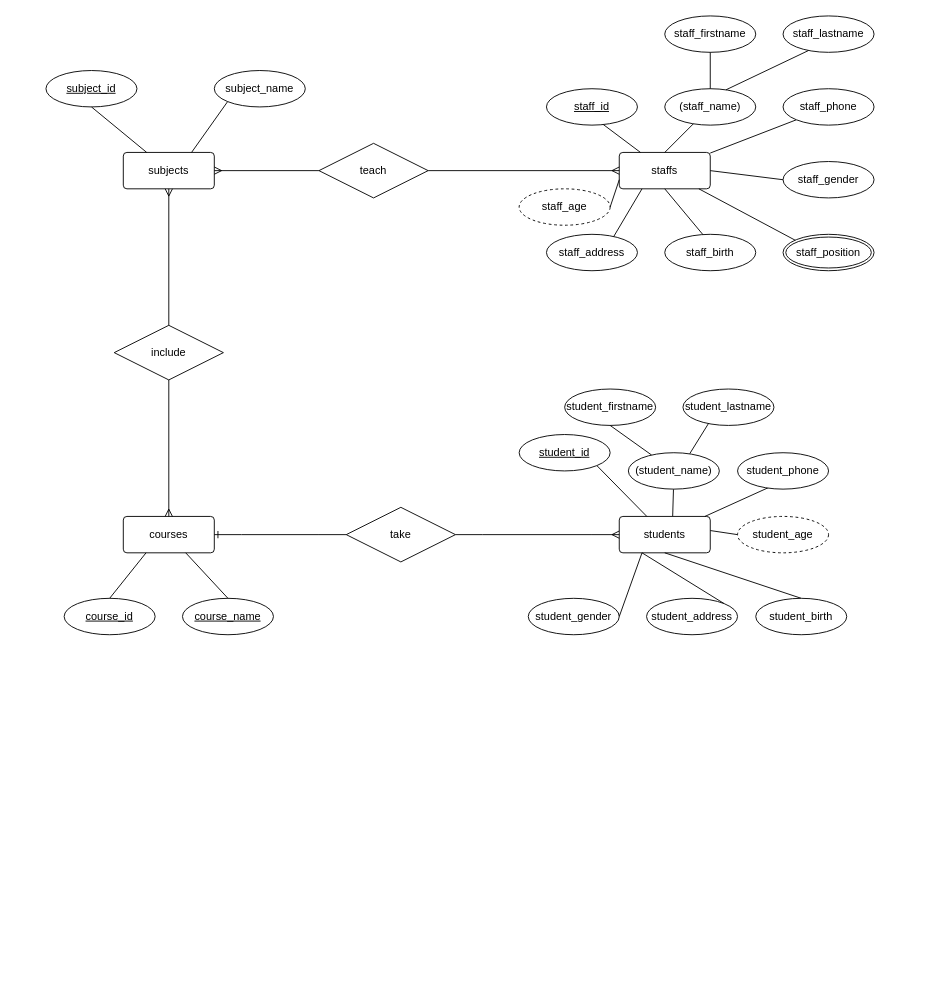
Before: Untitled Diagram.drawio in trieudatly/learnjavacore, a draw.io diagram. Source tidied: cells renumbered, new cells numbered last; positions are measured from the earlier drawing's top-left corner, leaving out a move shared by most shapes. Both pictures are drawn from the tidied source at 91%, with x=0, y=0 at pixel (46, 15).
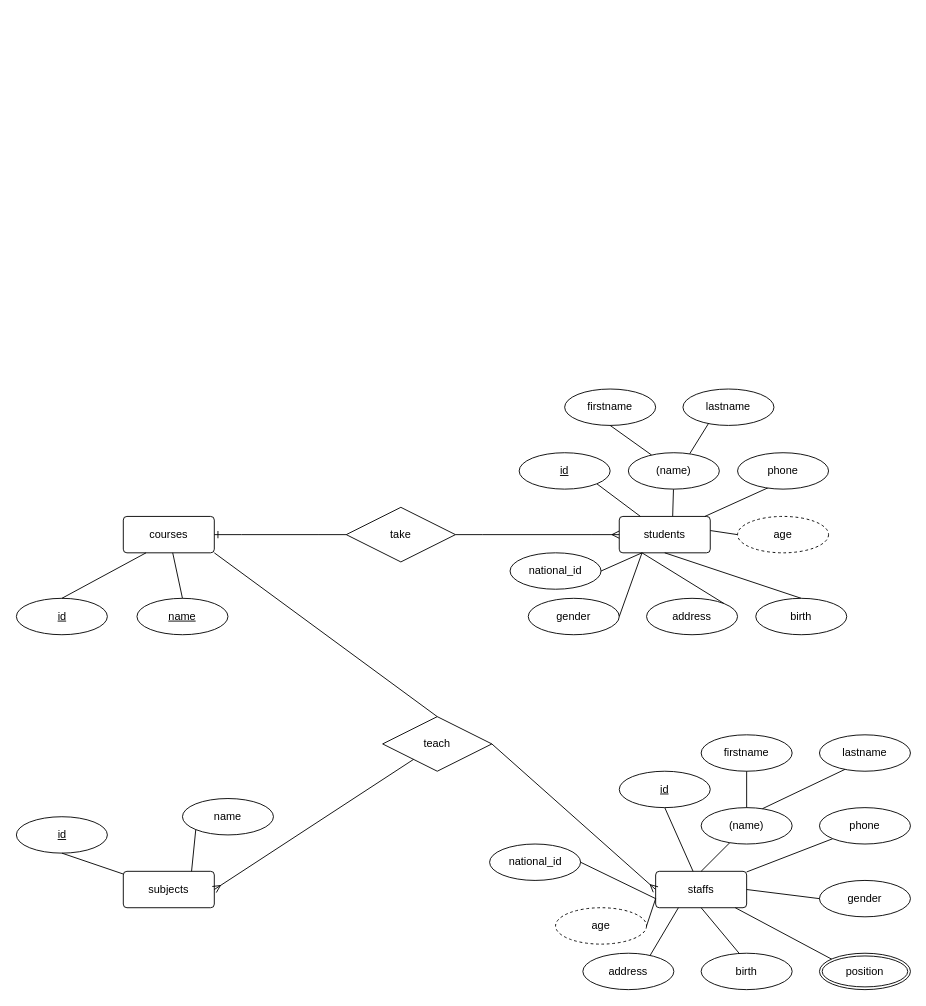
The same diagram, later.

Unchanged cells that the change refers to:
```xml
<mxCell id="19" value="students" style="rounded=1;arcSize=10;whiteSpace=wrap;html=1;align=center;" parent="1" vertex="1">
  <mxGeometry x="630" y="550" width="100" height="40" as="geometry" />
</mxCell>
<mxCell id="38" value="courses" style="rounded=1;arcSize=10;whiteSpace=wrap;html=1;align=center;" parent="1" vertex="1">
  <mxGeometry x="85" y="550" width="100" height="40" as="geometry" />
</mxCell>
```

Diff of the diagram source:
```diff
@@
     <mxCell id="2" value="staffs" style="rounded=1;arcSize=10;whiteSpace=wrap;html=1;align=center;" parent="1" vertex="1">
-      <mxGeometry x="630" y="150" width="100" height="40" as="geometry" />
+      <mxGeometry x="670" y="940" width="100" height="40" as="geometry" />
     </mxCell>
-    <mxCell id="3" style="endArrow=none;html=1;rounded=0;" parent="1" edge="1" target="2">
-      <mxGeometry relative="1" as="geometry">
-        <mxPoint x="600" y="110" as="sourcePoint" />
-      </mxGeometry>
+    <mxCell id="3" style="endArrow=none;html=1;rounded=0;exitX=0.5;exitY=1;exitDx=0;exitDy=0;" parent="1" edge="1" source="10" target="2">
+      <mxGeometry relative="1" as="geometry" />
     </mxCell>
     <mxCell id="4" style="endArrow=none;html=1;rounded=0;entryX=0.5;entryY=0;entryDx=0;entryDy=0;" parent="1" edge="1" target="2">
       <mxGeometry relative="1" as="geometry">
-        <mxPoint x="720" y="110" as="sourcePoint" />
+        <mxPoint x="760" y="900" as="sourcePoint" />
       </mxGeometry>
     </mxCell>
@@
     <mxCell id="6" style="endArrow=none;html=1;rounded=0;exitX=0.25;exitY=1;exitDx=0;exitDy=0;" parent="1" edge="1" source="2">
       <mxGeometry relative="1" as="geometry">
-        <mxPoint x="618.6" y="251.4" as="targetPoint" />
+        <mxPoint x="658.6" y="1041.4" as="targetPoint" />
       </mxGeometry>
     </mxCell>
     <mxCell id="7" style="endArrow=none;html=1;rounded=0;" parent="1" edge="1" source="2">
       <mxGeometry relative="1" as="geometry">
-        <mxPoint x="835" y="252.7" as="targetPoint" />
+        <mxPoint x="875" y="1042.7" as="targetPoint" />
       </mxGeometry>
     </mxCell>
     <mxCell id="8" style="endArrow=none;html=1;rounded=0;entryX=0.4;entryY=0;entryDx=0;entryDy=0;entryPerimeter=0;exitX=0.5;exitY=1;exitDx=0;exitDy=0;" parent="1" edge="1" source="2">
       <mxGeometry relative="1" as="geometry">
-        <mxPoint x="730" y="250" as="targetPoint" />
+        <mxPoint x="770" y="1040" as="targetPoint" />
       </mxGeometry>
     </mxCell>
-    <mxCell id="9" value="staff_position" style="ellipse;shape=doubleEllipse;margin=3;whiteSpace=wrap;html=1;align=center;" parent="1" vertex="1">
-      <mxGeometry x="810" y="240" width="100" height="40" as="geometry" />
+    <mxCell id="9" value="position" style="ellipse;shape=doubleEllipse;margin=3;whiteSpace=wrap;html=1;align=center;" parent="1" vertex="1">
+      <mxGeometry x="850" y="1030" width="100" height="40" as="geometry" />
     </mxCell>
-    <mxCell id="10" value="staff_id" style="ellipse;whiteSpace=wrap;html=1;align=center;fontStyle=4;" parent="1" vertex="1">
-      <mxGeometry x="550" y="80" width="100" height="40" as="geometry" />
+    <mxCell id="10" value="id" style="ellipse;whiteSpace=wrap;html=1;align=center;fontStyle=4;" parent="1" vertex="1">
+      <mxGeometry x="630" y="830" width="100" height="40" as="geometry" />
     </mxCell>
-    <mxCell id="11" value="(staff_name)" style="ellipse;whiteSpace=wrap;html=1;align=center;" parent="1" vertex="1">
-      <mxGeometry x="680" y="80" width="100" height="40" as="geometry" />
+    <mxCell id="11" value="(name)" style="ellipse;whiteSpace=wrap;html=1;align=center;" parent="1" vertex="1">
+      <mxGeometry x="720" y="870" width="100" height="40" as="geometry" />
     </mxCell>
-    <mxCell id="12" value="staff_phone" style="ellipse;whiteSpace=wrap;html=1;align=center;" parent="1" vertex="1">
-      <mxGeometry x="810" y="80" width="100" height="40" as="geometry" />
+    <mxCell id="12" value="phone" style="ellipse;whiteSpace=wrap;html=1;align=center;" parent="1" vertex="1">
+      <mxGeometry x="850" y="870" width="100" height="40" as="geometry" />
     </mxCell>
-    <mxCell id="13" value="staff_address" style="ellipse;whiteSpace=wrap;html=1;align=center;" parent="1" vertex="1">
-      <mxGeometry x="550" y="240" width="100" height="40" as="geometry" />
+    <mxCell id="13" value="address" style="ellipse;whiteSpace=wrap;html=1;align=center;" parent="1" vertex="1">
+      <mxGeometry x="590" y="1030" width="100" height="40" as="geometry" />
     </mxCell>
-    <mxCell id="14" value="staff_birth" style="ellipse;whiteSpace=wrap;html=1;align=center;" parent="1" vertex="1">
-      <mxGeometry x="680" y="240" width="100" height="40" as="geometry" />
+    <mxCell id="14" value="birth" style="ellipse;whiteSpace=wrap;html=1;align=center;" parent="1" vertex="1">
+      <mxGeometry x="720" y="1030" width="100" height="40" as="geometry" />
     </mxCell>
-    <mxCell id="15" value="staff_firstname" style="ellipse;whiteSpace=wrap;html=1;align=center;" parent="1" vertex="1">
-      <mxGeometry x="680" width="100" height="40" as="geometry" />
+    <mxCell id="15" value="firstname" style="ellipse;whiteSpace=wrap;html=1;align=center;" parent="1" vertex="1">
+      <mxGeometry x="720" y="790" width="100" height="40" as="geometry" />
     </mxCell>
-    <mxCell id="16" value="staff_lastname" style="ellipse;whiteSpace=wrap;html=1;align=center;" parent="1" vertex="1">
-      <mxGeometry x="810" width="100" height="40" as="geometry" />
+    <mxCell id="16" value="lastname" style="ellipse;whiteSpace=wrap;html=1;align=center;" parent="1" vertex="1">
+      <mxGeometry x="850" y="790" width="100" height="40" as="geometry" />
     </mxCell>
@@
-    <mxCell id="25" value="student_id" style="ellipse;whiteSpace=wrap;html=1;align=center;fontStyle=4;" parent="1" vertex="1">
-      <mxGeometry x="520" y="460" width="100" height="40" as="geometry" />
+    <mxCell id="25" value="id" style="ellipse;whiteSpace=wrap;html=1;align=center;fontStyle=4;" parent="1" vertex="1">
+      <mxGeometry x="520" y="480" width="100" height="40" as="geometry" />
     </mxCell>
-    <mxCell id="26" value="student_phone" style="ellipse;whiteSpace=wrap;html=1;align=center;" parent="1" vertex="1">
+    <mxCell id="26" value="phone" style="ellipse;whiteSpace=wrap;html=1;align=center;" parent="1" vertex="1">
       <mxGeometry x="760" y="480" width="100" height="40" as="geometry" />
     </mxCell>
-    <mxCell id="27" value="student_address" style="ellipse;whiteSpace=wrap;html=1;align=center;" parent="1" vertex="1">
+    <mxCell id="27" value="address" style="ellipse;whiteSpace=wrap;html=1;align=center;" parent="1" vertex="1">
       <mxGeometry x="660" y="640" width="100" height="40" as="geometry" />
     </mxCell>
-    <mxCell id="28" value="student_birth" style="ellipse;whiteSpace=wrap;html=1;align=center;" parent="1" vertex="1">
+    <mxCell id="28" value="birth" style="ellipse;whiteSpace=wrap;html=1;align=center;" parent="1" vertex="1">
       <mxGeometry x="780" y="640" width="100" height="40" as="geometry" />
     </mxCell>
-    <mxCell id="29" value="student_firstname" style="ellipse;whiteSpace=wrap;html=1;align=center;" parent="1" vertex="1">
+    <mxCell id="29" value="firstname" style="ellipse;whiteSpace=wrap;html=1;align=center;" parent="1" vertex="1">
       <mxGeometry x="570" y="410" width="100" height="40" as="geometry" />
     </mxCell>
-    <mxCell id="30" value="student_lastname" style="ellipse;whiteSpace=wrap;html=1;align=center;" parent="1" vertex="1">
+    <mxCell id="30" value="lastname" style="ellipse;whiteSpace=wrap;html=1;align=center;" parent="1" vertex="1">
       <mxGeometry x="700" y="410" width="100" height="40" as="geometry" />
     </mxCell>
@@
-    <mxCell id="33" value="student_age" style="ellipse;whiteSpace=wrap;html=1;align=center;dashed=1;" parent="1" vertex="1">
+    <mxCell id="33" value="age" style="ellipse;whiteSpace=wrap;html=1;align=center;dashed=1;" parent="1" vertex="1">
       <mxGeometry x="760" y="550" width="100" height="40" as="geometry" />
     </mxCell>
@@
-    <mxCell id="35" value="staff_age" style="ellipse;whiteSpace=wrap;html=1;align=center;dashed=1;" parent="1" vertex="1">
-      <mxGeometry x="520" y="190" width="100" height="40" as="geometry" />
+    <mxCell id="35" value="age" style="ellipse;whiteSpace=wrap;html=1;align=center;dashed=1;" parent="1" vertex="1">
+      <mxGeometry x="560" y="980" width="100" height="40" as="geometry" />
     </mxCell>
@@
-    <mxCell id="37" value="(student_name)" style="ellipse;whiteSpace=wrap;html=1;align=center;" parent="1" vertex="1">
+    <mxCell id="37" value="(name)" style="ellipse;whiteSpace=wrap;html=1;align=center;" parent="1" vertex="1">
       <mxGeometry x="640" y="480" width="100" height="40" as="geometry" />
     </mxCell>
@@
-    <mxCell id="39" value="course_id" style="ellipse;whiteSpace=wrap;html=1;align=center;fontStyle=4;" parent="1" vertex="1">
-      <mxGeometry x="20" y="640" width="100" height="40" as="geometry" />
+    <mxCell id="39" value="id" style="ellipse;whiteSpace=wrap;html=1;align=center;fontStyle=4;" parent="1" vertex="1">
+      <mxGeometry x="-32.5" y="640" width="100" height="40" as="geometry" />
     </mxCell>
-    <mxCell id="40" value="course_name" style="ellipse;whiteSpace=wrap;html=1;align=center;fontStyle=4;" parent="1" vertex="1">
-      <mxGeometry x="150" y="640" width="100" height="40" as="geometry" />
+    <mxCell id="40" value="name" style="ellipse;whiteSpace=wrap;html=1;align=center;fontStyle=4;" parent="1" vertex="1">
+      <mxGeometry x="100" y="640" width="100" height="40" as="geometry" />
     </mxCell>
@@
-    <mxCell id="43" value="staff_gender" style="ellipse;whiteSpace=wrap;html=1;align=center;" parent="1" vertex="1">
-      <mxGeometry x="810" y="160" width="100" height="40" as="geometry" />
+    <mxCell id="43" value="gender" style="ellipse;whiteSpace=wrap;html=1;align=center;" parent="1" vertex="1">
+      <mxGeometry x="850" y="950" width="100" height="40" as="geometry" />
     </mxCell>
@@
-    <mxCell id="45" value="student_gender" style="ellipse;whiteSpace=wrap;html=1;align=center;" parent="1" vertex="1">
+    <mxCell id="45" value="gender" style="ellipse;whiteSpace=wrap;html=1;align=center;" parent="1" vertex="1">
       <mxGeometry x="530" y="640" width="100" height="40" as="geometry" />
     </mxCell>
@@
     <mxCell id="47" value="subjects" style="rounded=1;arcSize=10;whiteSpace=wrap;html=1;align=center;" parent="1" vertex="1">
-      <mxGeometry x="85" y="150" width="100" height="40" as="geometry" />
+      <mxGeometry x="85" y="940" width="100" height="40" as="geometry" />
     </mxCell>
-    <mxCell id="48" value="subject_id" style="ellipse;whiteSpace=wrap;html=1;align=center;fontStyle=4;" parent="1" vertex="1">
-      <mxGeometry y="60" width="100" height="40" as="geometry" />
+    <mxCell id="48" value="id" style="ellipse;whiteSpace=wrap;html=1;align=center;fontStyle=4;" parent="1" vertex="1">
+      <mxGeometry x="-32.5" y="880" width="100" height="40" as="geometry" />
     </mxCell>
-    <mxCell id="49" value="subject_name" style="ellipse;whiteSpace=wrap;html=1;align=center;" parent="1" vertex="1">
-      <mxGeometry x="185" y="60" width="100" height="40" as="geometry" />
+    <mxCell id="49" value="name" style="ellipse;whiteSpace=wrap;html=1;align=center;" parent="1" vertex="1">
+      <mxGeometry x="150" y="860" width="100" height="40" as="geometry" />
     </mxCell>
@@
     <mxCell id="52" value="teach" style="shape=rhombus;perimeter=rhombusPerimeter;whiteSpace=wrap;html=1;align=center;" parent="1" vertex="1">
-      <mxGeometry x="300" y="140" width="120" height="60" as="geometry" />
+      <mxGeometry x="370" y="770" width="120" height="60" as="geometry" />
     </mxCell>
-    <mxCell id="53" value="include" style="shape=rhombus;perimeter=rhombusPerimeter;whiteSpace=wrap;html=1;align=center;" parent="1" vertex="1">
-      <mxGeometry x="75" y="340" width="120" height="60" as="geometry" />
-    </mxCell>
@@
-    <mxCell id="57" style="fontSize=12;html=1;endArrow=ERmany;rounded=0;entryX=0.5;entryY=1;entryDx=0;entryDy=0;exitX=0.5;exitY=0;exitDx=0;exitDy=0;" parent="1" edge="1" source="53" target="47">
-      <mxGeometry relative="1" as="geometry" />
-    </mxCell>
-    <mxCell id="58" style="fontSize=12;html=1;endArrow=ERmany;rounded=0;entryX=0.5;entryY=0;entryDx=0;entryDy=0;exitX=0.5;exitY=1;exitDx=0;exitDy=0;" parent="1" edge="1" source="53" target="38">
-      <mxGeometry relative="1" as="geometry" />
-    </mxCell>
@@
+    <mxCell id="61" style="edgeStyle=orthogonalEdgeStyle;rounded=0;orthogonalLoop=1;jettySize=auto;html=1;exitX=0.5;exitY=1;exitDx=0;exitDy=0;" parent="1" edge="1" source="39" target="39">
+      <mxGeometry relative="1" as="geometry" />
+    </mxCell>
+    <mxCell id="62" style="endArrow=none;html=1;rounded=0;exitX=1;exitY=1;exitDx=0;exitDy=0;entryX=0.5;entryY=0;entryDx=0;entryDy=0;" parent="1" edge="1" source="38" target="52">
+      <mxGeometry relative="1" as="geometry" />
+    </mxCell>
+    <mxCell id="63" value="national_id" style="ellipse;whiteSpace=wrap;html=1;align=center;" parent="1" vertex="1">
+      <mxGeometry x="510" y="590" width="100" height="40" as="geometry" />
+    </mxCell>
+    <mxCell id="64" style="endArrow=none;html=1;rounded=0;exitX=1;exitY=0.5;exitDx=0;exitDy=0;entryX=0.25;entryY=1;entryDx=0;entryDy=0;" parent="1" edge="1" source="63" target="19">
+      <mxGeometry relative="1" as="geometry" />
+    </mxCell>
+    <mxCell id="65" value="national_id" style="ellipse;whiteSpace=wrap;html=1;align=center;" parent="1" vertex="1">
+      <mxGeometry x="487.5" y="910" width="100" height="40" as="geometry" />
+    </mxCell>
+    <mxCell id="66" style="endArrow=none;html=1;rounded=0;exitX=1;exitY=0.5;exitDx=0;exitDy=0;" parent="1" edge="1" source="65">
+      <mxGeometry relative="1" as="geometry">
+        <mxPoint x="670" y="970" as="targetPoint" />
+      </mxGeometry>
+    </mxCell>
```
